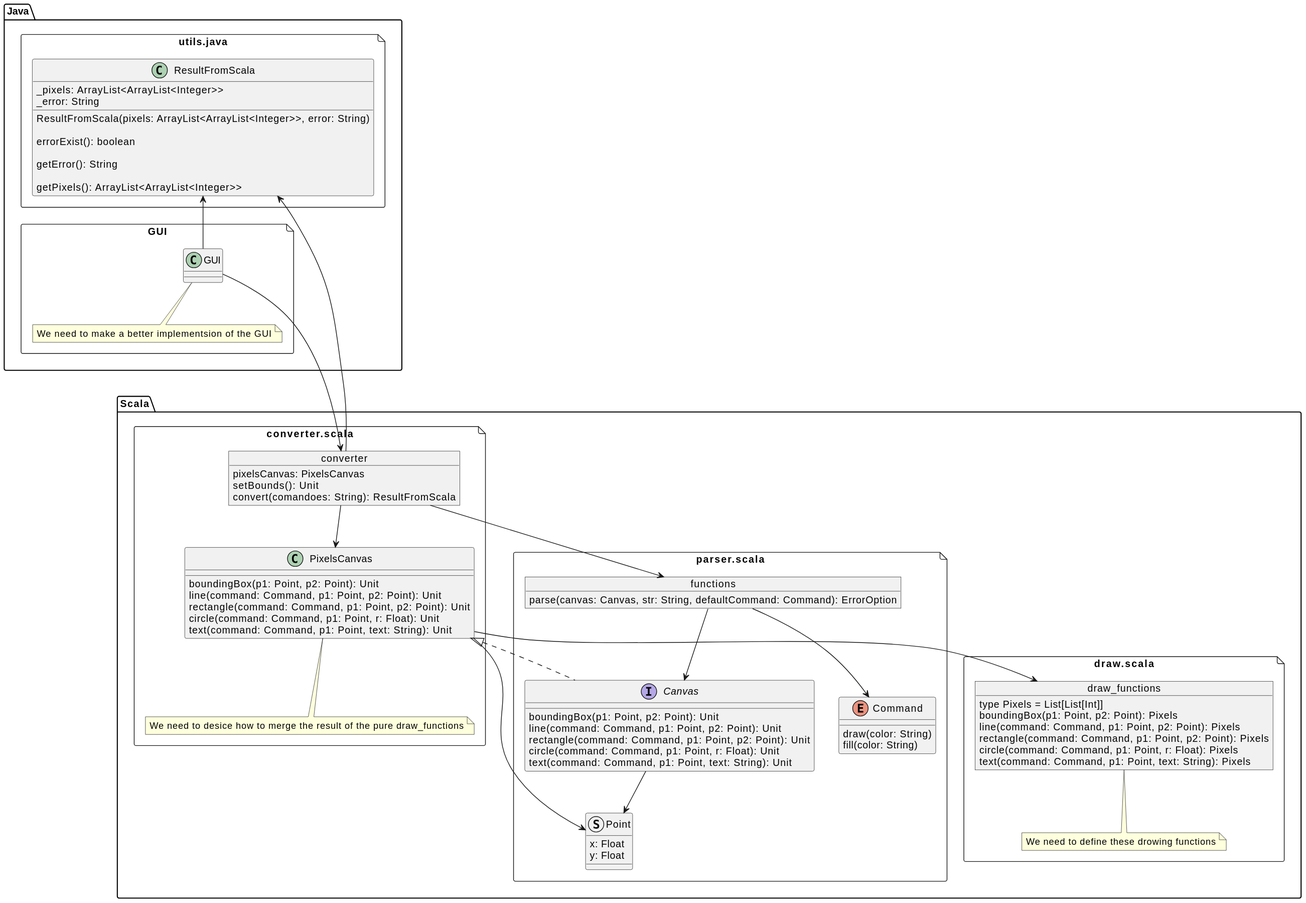
Before: out/doc/diagrams/Relationships.svg, a diagram exported from PlantUML (au706600/Software-Correctness-Project).
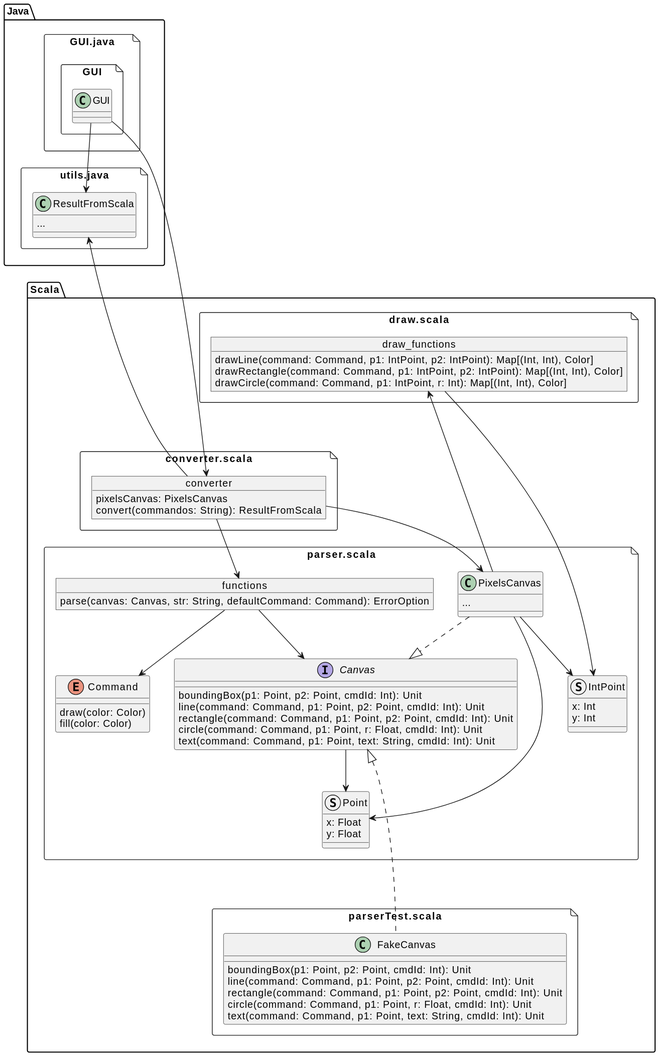
After the commit.

Change to the diagram source:
```diff
@@ -1,67 +1,50 @@
 @startuml
 
 package Java {
-    file GUI as GUI_ {
-        class GUI {
-
+    file "GUI.java" as GUI_java {
+        file GUI as GUI_ {
+            class GUI {
+            }
         }
-
-        note bottom of GUI
-            We need to make a better implementsion of the GUI
-        end note
-
     }
 
     file "utils.java" as utils_java {
         class ResultFromScala {
-            _pixels: ArrayList<ArrayList<Integer>>
-            _error: String
-
-            ResultFromScala(pixels: ArrayList<ArrayList<Integer>>, error: String)
-
-            errorExist(): boolean
-
-            getError(): String
-
-            getPixels(): ArrayList<ArrayList<Integer>>
+            ...
         }
     }
-
 }
 
+
+!definelong PixelsCanvas_methods()
+    boundingBox(p1: Point, p2: Point, cmdId: Int): Unit
+    line(command: Command, p1: Point, p2: Point, cmdId: Int): Unit
+    rectangle(command: Command, p1: Point, p2: Point, cmdId: Int): Unit
+    circle(command: Command, p1: Point, r: Float, cmdId: Int): Unit
+    text(command: Command, p1: Point, text: String, cmdId: Int): Unit
+!enddefinelong
 
 package Scala {
     file "converter.scala" as converter_scala {
         object converter {
             pixelsCanvas: PixelsCanvas
-
-            setBounds(): Unit
-            convert(comandoes: String): ResultFromScala
+            convert(commandos: String): ResultFromScala
         }
-
-        class PixelsCanvas {
-            boundingBox(p1: Point, p2: Point): Unit
-            line(command: Command, p1: Point, p2: Point): Unit
-            rectangle(command: Command, p1: Point, p2: Point): Unit
-            circle(command: Command, p1: Point, r: Float): Unit
-            text(command: Command, p1: Point, text: String): Unit
-        }
-
-        note bottom of PixelsCanvas
-            We need to desice how to merge the result of the pure draw_functions
-        end note
-
     }
 
     file "parser.scala" as parser_scala {
         object functions {
-            parse(canvas: Canvas, str: String, defaultCommand: Command): ErrorResult
+            parse(canvas: Canvas, str: String, defaultCommand: Command): ErrorOption
 
         }
 
         enum Command {
-            draw(color: String)
-            fill(color: String)
+            draw(color: Color)
+            fill(color: Color)
+        }
+
+        class PixelsCanvas {
+            ...
         }
 
         struct Point {
@@ -69,41 +52,46 @@
             y: Float
         }
 
+        struct IntPoint {
+            x: Int
+            y: Int
+        }
+
         interface Canvas {
-            boundingBox(p1: Point, p2: Point): Unit
-            line(command: Command, p1: Point, p2: Point): Unit
-            rectangle(command: Command, p1: Point, p2: Point): Unit
-            circle(command: Command, p1: Point, r: Float): Unit
-            text(command: Command, p1: Point, text: String): Unit
+            PixelsCanvas_methods()
         }
     }
 
     file "draw.scala" as draw_scala {
         object draw_functions {
-            type Pixels = List[List[Int]]
-            boundingBox(p1: Point, p2: Point): Pixels
-            line(command: Command, p1: Point, p2: Point): Pixels
-            rectangle(command: Command, p1: Point, p2: Point): Pixels
-            circle(command: Command, p1: Point, r: Float): Pixels
-            text(command: Command, p1: Point, text: String): Pixels
+            drawLine(command: Command, p1: IntPoint, p2: IntPoint): Map[(Int, Int), Color]
+            drawRectangle(command: Command, p1: IntPoint, p2: IntPoint): Map[(Int, Int), Color]
+            drawCircle(command: Command, p1: IntPoint, r: Int): Map[(Int, Int), Color]
         }
-
-        note bottom of draw_functions
-            We need to define these drowing functions
-        end note
     }
 
+    file "parserTest.scala" as parserTest_scala {
+        class FakeCanvas {
+            PixelsCanvas_methods()
+        }
+    }
 }
 
-PixelsCanvas --> draw_functions
-PixelsCanvas <|.. Canvas
+
+FakeCanvas ..up..|> Canvas
+PixelsCanvas ..|> Canvas
+
+PixelsCanvas --up--> draw_functions
 Canvas --> Point
 PixelsCanvas --> Point
+PixelsCanvas --> IntPoint
 converter --> PixelsCanvas
 functions --> Canvas
-converter -up-> ResultFromScala
+converter --up--> ResultFromScala
 functions --> Command
 converter --> functions
-GUI ---down-> converter
-GUI -up-> ResultFromScala
+GUI ----down-> converter
+GUI --> ResultFromScala
+
+draw_functions --> IntPoint
 @enduml
```
